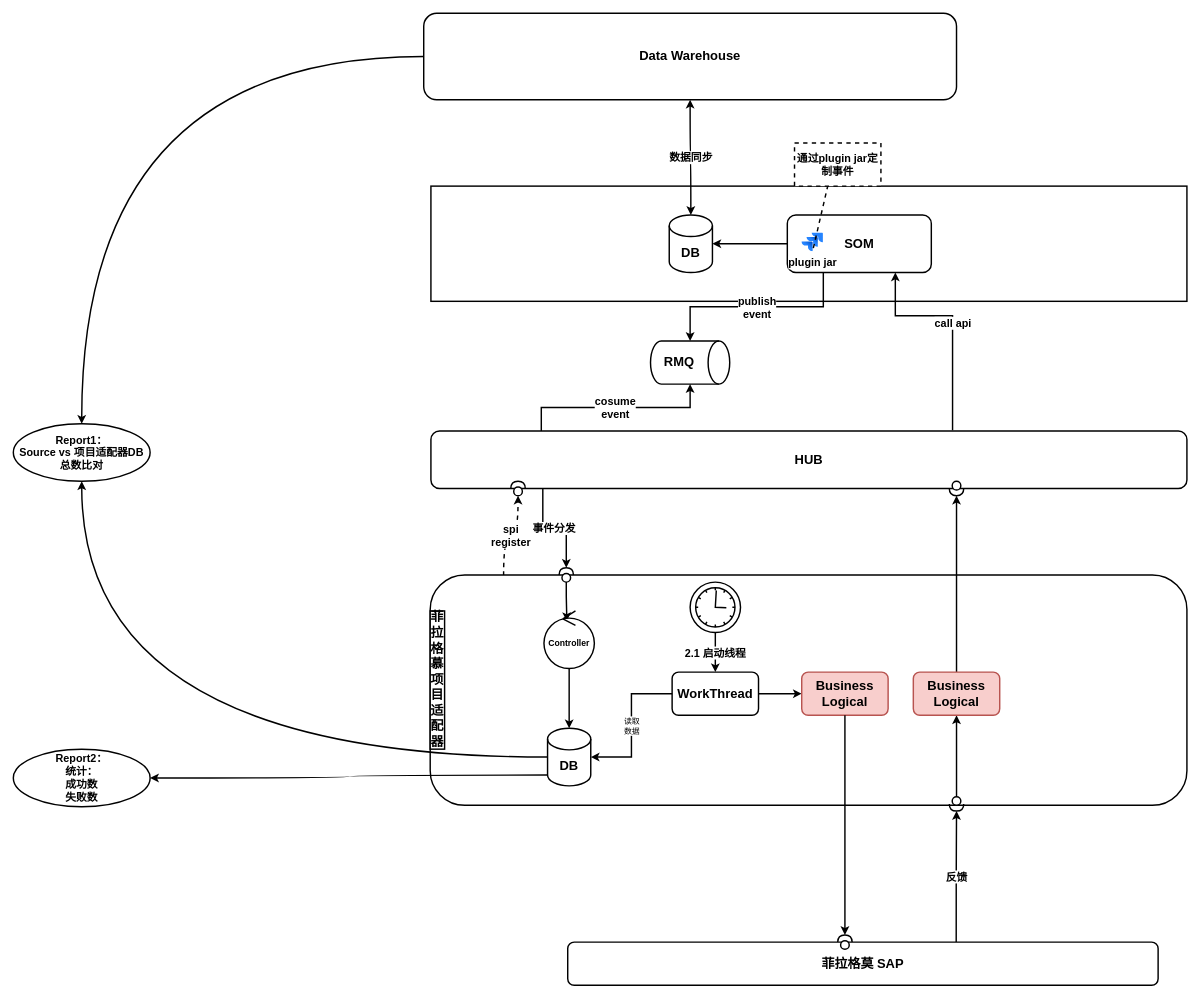
Earlier version of the draw.io diagram page "ferragamo-business-architecture" (4 of 4) of projects.drawio (jackie-thank/beego-authz). Source tidied: cells renumbered, new cells numbered last; positions are measured from the earlier drawing's top-left corner, leaving out a move shared by most shapes. Both pictures are drawn from the tidied source at 72%, with x=0, y=0 at pixel (13, 13).
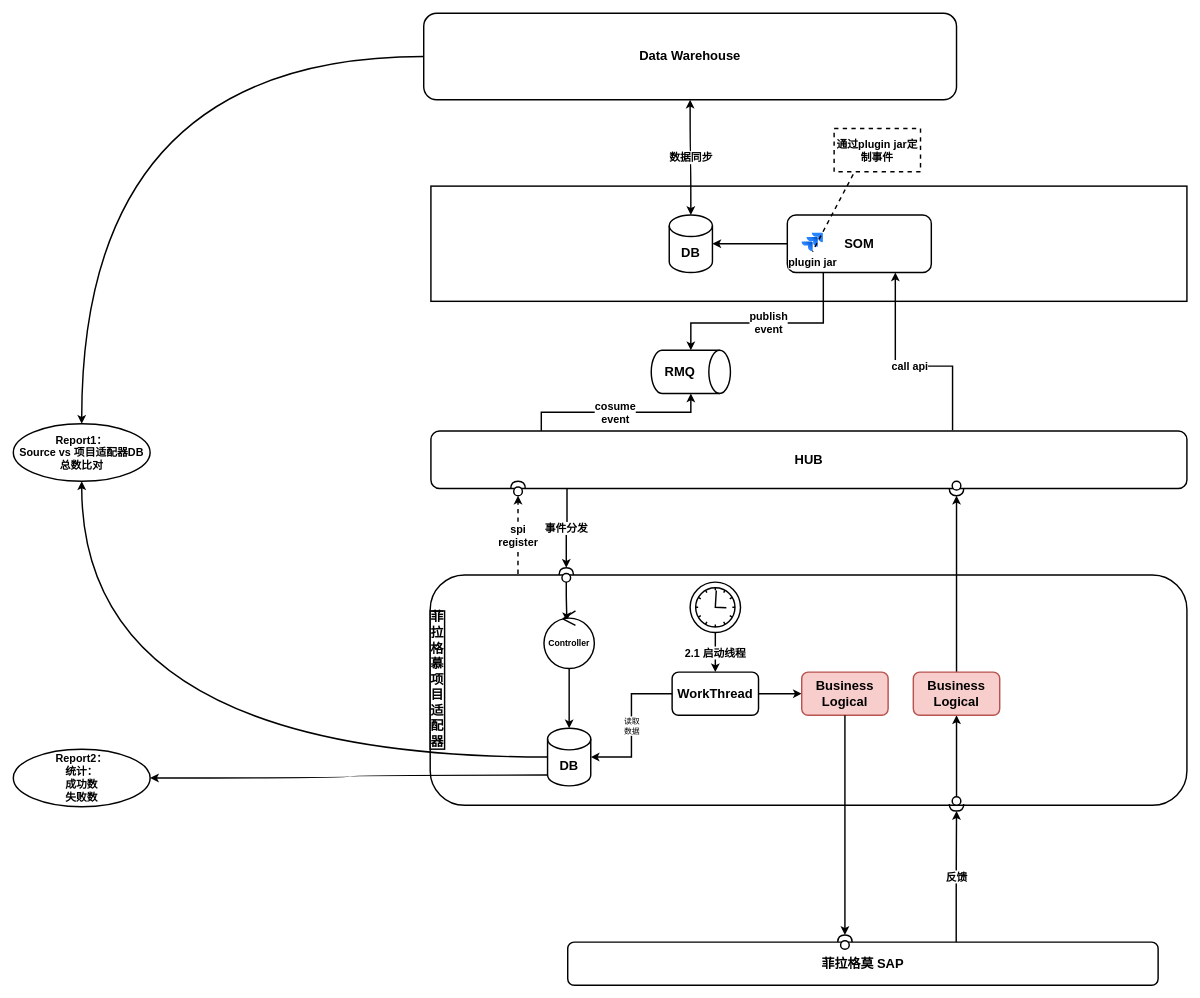
After the change.

The change refers to these unchanged cells:
```xml
<mxCell id="5" value="SOM" style="rounded=1;whiteSpace=wrap;html=1;strokeWidth=2;fontSize=18;fontStyle=1;" parent="1" vertex="1">
  <mxGeometry x="1075" y="280" width="200" height="80" as="geometry" />
</mxCell>
<mxCell id="14" value="HUB" style="rounded=1;whiteSpace=wrap;html=1;strokeWidth=2;fontSize=18;fontStyle=1;" parent="1" vertex="1">
  <mxGeometry x="580" y="580" width="1050" height="80" as="geometry" />
</mxCell>
<mxCell id="16" style="rounded=1;whiteSpace=wrap;html=1;strokeWidth=2;fontSize=18;fontStyle=1;" parent="1" vertex="1">
  <mxGeometry x="579" y="780" width="1051" height="320" as="geometry" />
</mxCell>
<mxCell id="33" style="shape=providedRequiredInterface;html=1;verticalLabelPosition=bottom;sketch=0;rotation=-90;strokeWidth=2;" parent="1" vertex="1">
  <mxGeometry x="758" y="770" width="20" height="20" as="geometry" />
</mxCell>
<mxCell id="46" style="shape=providedRequiredInterface;html=1;verticalLabelPosition=bottom;sketch=0;rotation=-90;strokeWidth=2;direction=east;" parent="1" vertex="1">
  <mxGeometry x="691" y="650" width="20" height="20" as="geometry" />
</mxCell>
```

Diff of the diagram source:
```diff
@@
     <mxCell id="4" value="&lt;div style=&quot;font-size: 15px;&quot;&gt;publish&lt;/div&gt;&lt;div style=&quot;font-size: 15px;&quot;&gt;event&lt;br style=&quot;font-size: 15px;&quot;&gt;&lt;/div&gt;" style="edgeStyle=orthogonalEdgeStyle;rounded=0;jettySize=auto;html=1;exitX=0.25;exitY=1;exitDx=0;exitDy=0;strokeWidth=2;fontSize=15;fontStyle=1;" parent="1" edge="1" source="5" target="10">
-      <mxGeometry relative="1" as="geometry" />
+      <mxGeometry relative="1" as="geometry">
+        <Array as="points">
+          <mxPoint x="1125" y="430" />
+          <mxPoint x="941" y="430" />
+        </Array>
+      </mxGeometry>
     </mxCell>
@@
     <mxCell id="10" style="shape=cylinder3;whiteSpace=wrap;html=1;boundedLbl=1;backgroundOutline=1;size=15;strokeWidth=2;fontStyle=1;fontSize=15;rotation=90;" parent="1" vertex="1">
-      <mxGeometry x="910" y="430" width="60" height="110" as="geometry" />
+      <mxGeometry x="911" y="443" width="60" height="110" as="geometry" />
     </mxCell>
     <mxCell id="11" value="RMQ" style="text;html=1;strokeColor=none;fillColor=none;align=center;verticalAlign=middle;whiteSpace=wrap;rounded=0;fontSize=18;fontStyle=1;strokeWidth=2;" parent="1" vertex="1">
-      <mxGeometry x="895" y="470" width="60" height="30" as="geometry" />
+      <mxGeometry x="896" y="483" width="60" height="30" as="geometry" />
     </mxCell>
@@
     <mxCell id="13" value="call api" style="edgeStyle=orthogonalEdgeStyle;rounded=0;jettySize=auto;html=1;exitX=0.69;exitY=-0.012;exitDx=0;exitDy=0;exitPerimeter=0;strokeWidth=2;entryX=0.75;entryY=1;entryDx=0;entryDy=0;fontSize=15;fontStyle=1;" parent="1" edge="1" source="14" target="5">
       <mxGeometry relative="1" as="geometry">
         <Array as="points">
-          <mxPoint x="1305" y="420" />
-          <mxPoint x="1225" y="420" />
+          <mxPoint x="1304" y="490" />
+          <mxPoint x="1225" y="490" />
         </Array>
       </mxGeometry>
     </mxCell>
@@
-    <mxCell id="15" value="&lt;div style=&quot;font-size: 15px;&quot;&gt;spi&lt;/div&gt;&lt;div style=&quot;font-size: 15px;&quot;&gt;register&lt;br style=&quot;font-size: 15px;&quot;&gt;&lt;/div&gt;" style="edgeStyle=orthogonalEdgeStyle;curved=1;rounded=0;jettySize=auto;html=1;entryX=0;entryY=0.5;entryDx=0;entryDy=0;strokeWidth=2;dashed=1;fontSize=15;fontStyle=1;entryPerimeter=0;exitX=0.097;exitY=0.004;exitDx=0;exitDy=0;exitPerimeter=0;" parent="1" edge="1" source="16" target="46">
+    <mxCell id="15" value="&lt;div style=&quot;font-size: 15px;&quot;&gt;spi&lt;/div&gt;&lt;div style=&quot;font-size: 15px;&quot;&gt;register&lt;br style=&quot;font-size: 15px;&quot;&gt;&lt;/div&gt;" style="edgeStyle=orthogonalEdgeStyle;curved=1;rounded=0;jettySize=auto;html=1;entryX=0;entryY=0.5;entryDx=0;entryDy=0;strokeWidth=2;dashed=1;fontSize=15;fontStyle=1;entryPerimeter=0;exitX=0.116;exitY=-0.004;exitDx=0;exitDy=0;exitPerimeter=0;" parent="1" edge="1" source="16" target="46">
       <mxGeometry relative="1" as="geometry" />
     </mxCell>
@@
     <mxCell id="30" value="通过plugin jar定制事件" style="rounded=0;whiteSpace=wrap;html=1;strokeWidth=2;dashed=1;fontSize=15;fontStyle=1;" parent="1" vertex="1">
-      <mxGeometry x="1085" y="180" width="120" height="60" as="geometry" />
+      <mxGeometry x="1140" y="160" width="120" height="60" as="geometry" />
     </mxCell>
-    <mxCell id="31" value="事件分发" style="edgeStyle=orthogonalEdgeStyle;rounded=0;jettySize=auto;html=1;exitX=0.148;exitY=1;exitDx=0;exitDy=0;entryX=1;entryY=0.5;entryDx=0;entryDy=0;entryPerimeter=0;exitPerimeter=0;strokeWidth=2;fontSize=15;fontStyle=1;" parent="1" edge="1" source="14" target="33">
+    <mxCell id="31" value="事件分发" style="edgeStyle=orthogonalEdgeStyle;rounded=0;jettySize=auto;html=1;exitX=0.18;exitY=1.008;exitDx=0;exitDy=0;entryX=1;entryY=0.5;entryDx=0;entryDy=0;entryPerimeter=0;exitPerimeter=0;strokeWidth=2;fontSize=15;fontStyle=1;" parent="1" edge="1" source="14" target="33">
       <mxGeometry relative="1" as="geometry" />
     </mxCell>
```
